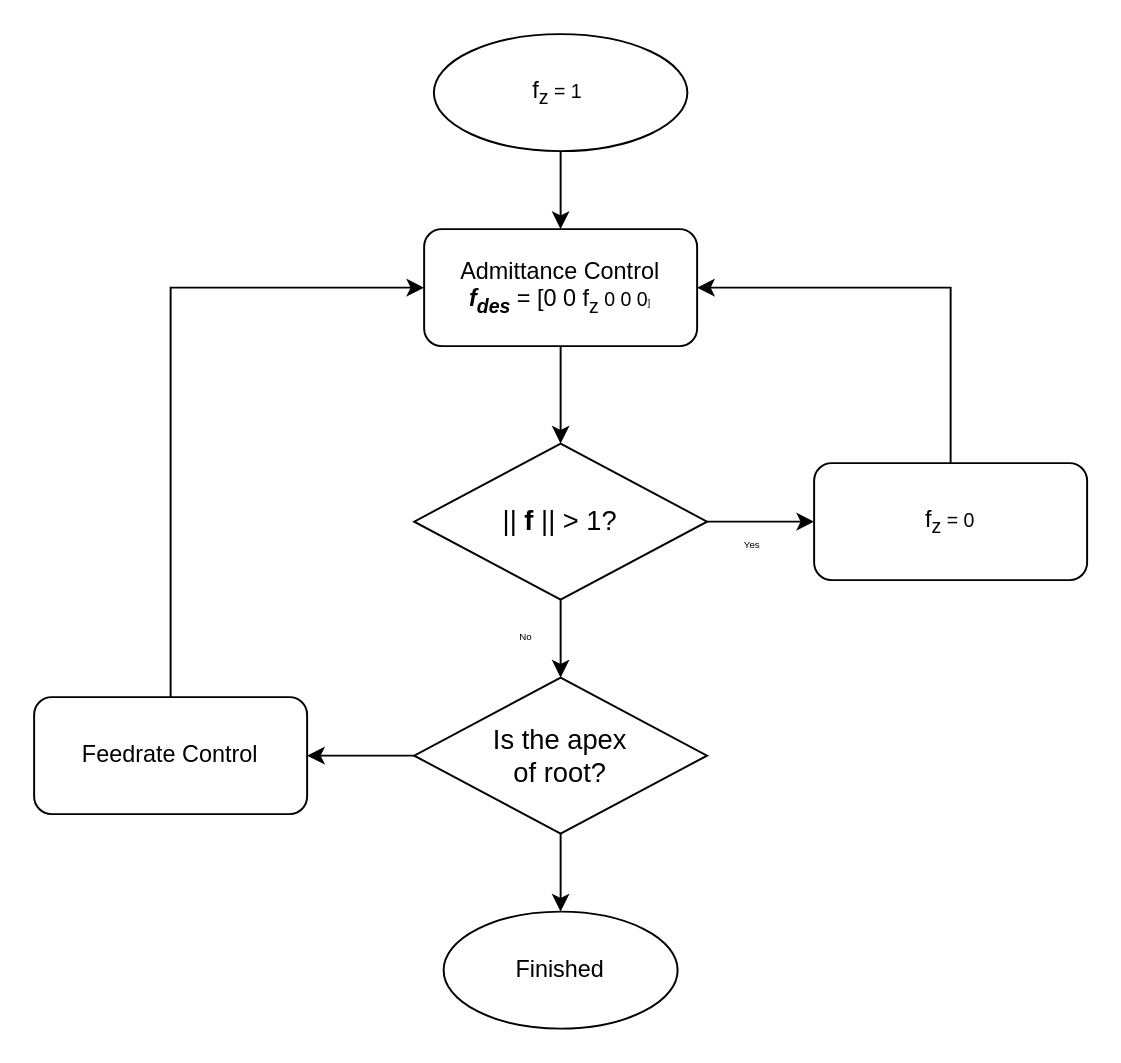
Before: 009YiChan/Chan's thesis/Images/Original/torque_control_motion_planning.drawio in yichan0428/MS_thesis, a draw.io diagram. Source tidied: cells renumbered, new cells numbered last; positions are measured from the earlier drawing's top-left corner, leaving out a move shared by most shapes. Both pictures are drawn from the tidied source at 195%, with x=0, y=0 at pixel (33, 33).
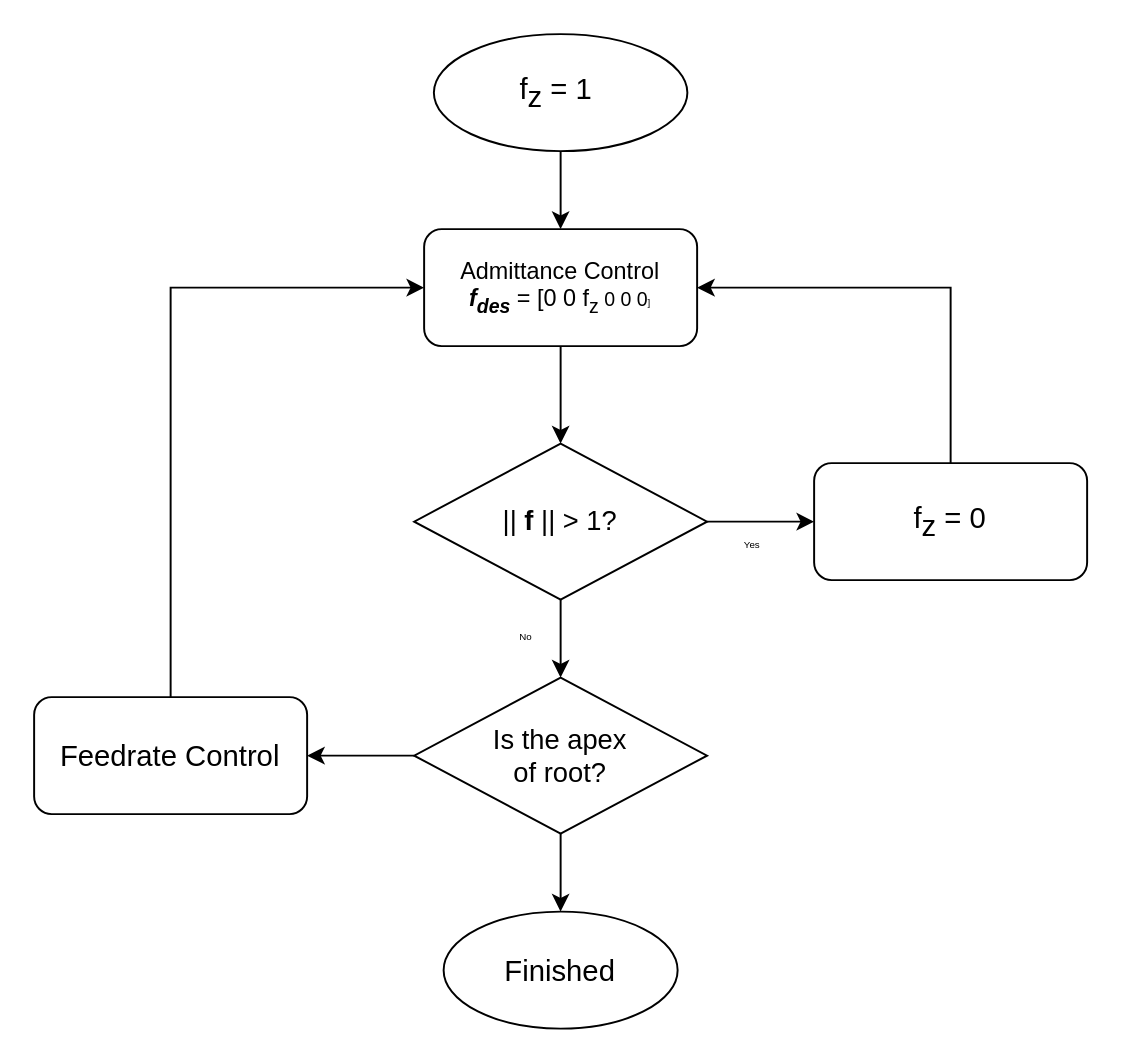
Above is the later version.

Diff of the diagram source:
```diff
@@
 <mxGraphModel>
   <root>
     <mxCell id="0" />
     <mxCell id="1" parent="0" />
     <mxCell id="2" style="edgeStyle=orthogonalEdgeStyle;rounded=0;jettySize=auto;html=1;exitX=0.5;exitY=1;exitDx=0;exitDy=0;entryX=0.5;entryY=0;entryDx=0;entryDy=0;" parent="1" edge="1" source="3" target="5">
       <mxGeometry relative="1" as="geometry" />
     </mxCell>
-    <mxCell id="3" value="&lt;span style=&quot;font-size: 12px&quot;&gt;f&lt;sub&gt;z&lt;/sub&gt;&lt;/span&gt;&lt;span style=&quot;font-size: 10px&quot;&gt;&amp;nbsp;= 1&amp;nbsp;&lt;/span&gt;" style="ellipse;whiteSpace=wrap;html=1;fontSize=5;" parent="1" vertex="1">
+    <mxCell id="3" value="&lt;span style=&quot;font-size: 15px;&quot;&gt;f&lt;sub style=&quot;font-size: 15px;&quot;&gt;z&lt;/sub&gt;&lt;/span&gt;&lt;span style=&quot;font-size: 15px;&quot;&gt;&amp;nbsp;= 1&amp;nbsp;&lt;/span&gt;" style="ellipse;whiteSpace=wrap;html=1;fontSize=15;" parent="1" vertex="1">
       <mxGeometry x="205" width="130" height="60" as="geometry" />
     </mxCell>
     <mxCell id="4" style="edgeStyle=orthogonalEdgeStyle;rounded=0;jettySize=auto;html=1;exitX=0.5;exitY=1;exitDx=0;exitDy=0;entryX=0.5;entryY=0;entryDx=0;entryDy=0;" parent="1" edge="1" source="5" target="10">
       <mxGeometry relative="1" as="geometry" />
     </mxCell>
     <mxCell id="5" value="Admittance Control&lt;br&gt;&lt;i&gt;&lt;b&gt;f&lt;sub&gt;des&lt;/sub&gt;&lt;/b&gt;&lt;/i&gt;&amp;nbsp;= [0 0 f&lt;sub&gt;z&lt;/sub&gt;&lt;span style=&quot;font-size: 10px&quot;&gt;&amp;nbsp;0 0 0&lt;/span&gt;&lt;span style=&quot;font-size: 5px&quot;&gt;]&lt;/span&gt;" style="rounded=1;whiteSpace=wrap;html=1;" parent="1" vertex="1">
       <mxGeometry x="200" y="100" width="140" height="60" as="geometry" />
     </mxCell>
     <mxCell id="6" style="edgeStyle=orthogonalEdgeStyle;rounded=0;jettySize=auto;html=1;exitX=0.5;exitY=0;exitDx=0;exitDy=0;entryX=0;entryY=0.5;entryDx=0;entryDy=0;" parent="1" edge="1" source="7" target="5">
       <mxGeometry relative="1" as="geometry" />
     </mxCell>
-    <mxCell id="7" value="Feedrate Control" style="rounded=1;whiteSpace=wrap;html=1;" parent="1" vertex="1">
+    <mxCell id="7" value="Feedrate Control" style="rounded=1;whiteSpace=wrap;html=1;fontSize=15;" parent="1" vertex="1">
       <mxGeometry y="340" width="140" height="60" as="geometry" />
     </mxCell>
     <mxCell id="8" style="edgeStyle=orthogonalEdgeStyle;rounded=0;jettySize=auto;html=1;exitX=1;exitY=0.5;exitDx=0;exitDy=0;" parent="1" edge="1" source="10" target="12">
       <mxGeometry relative="1" as="geometry" />
     </mxCell>
     <mxCell id="9" style="edgeStyle=orthogonalEdgeStyle;rounded=0;jettySize=auto;html=1;exitX=0.5;exitY=1;exitDx=0;exitDy=0;entryX=0.5;entryY=0;entryDx=0;entryDy=0;" parent="1" edge="1" source="10" target="17">
       <mxGeometry relative="1" as="geometry" />
     </mxCell>
     <mxCell id="10" value="&lt;font style=&quot;font-size: 14px&quot;&gt;||&amp;nbsp;&lt;b&gt;f&amp;nbsp;&lt;/b&gt;|| &amp;gt; 1?&lt;/font&gt;" style="rhombus;whiteSpace=wrap;html=1;" parent="1" vertex="1">
       <mxGeometry x="194.9" y="210" width="150.2" height="80" as="geometry" />
     </mxCell>
     <mxCell id="11" style="edgeStyle=orthogonalEdgeStyle;rounded=0;jettySize=auto;html=1;exitX=0.5;exitY=0;exitDx=0;exitDy=0;entryX=1;entryY=0.5;entryDx=0;entryDy=0;" parent="1" edge="1" source="12" target="5">
       <mxGeometry relative="1" as="geometry" />
     </mxCell>
-    <mxCell id="12" value="&lt;span&gt;f&lt;sub&gt;z&lt;/sub&gt;&lt;/span&gt;&lt;span style=&quot;font-size: 10px&quot;&gt;&amp;nbsp;= 0&lt;/span&gt;" style="rounded=1;whiteSpace=wrap;html=1;" parent="1" vertex="1">
+    <mxCell id="12" value="&lt;span style=&quot;font-size: 15px;&quot;&gt;f&lt;sub style=&quot;font-size: 15px;&quot;&gt;z&lt;/sub&gt;&lt;/span&gt;&lt;span style=&quot;font-size: 15px;&quot;&gt;&amp;nbsp;= 0&lt;/span&gt;" style="rounded=1;whiteSpace=wrap;html=1;fontSize=15;" parent="1" vertex="1">
       <mxGeometry x="400" y="220" width="140" height="60" as="geometry" />
     </mxCell>
     <mxCell id="13" value="Yes" style="text;html=1;align=center;verticalAlign=middle;strokeColor=none;fontSize=5;" parent="1" vertex="1">
       <mxGeometry x="348" y="256" width="40" height="10" as="geometry" />
     </mxCell>
     <mxCell id="14" value="No" style="text;html=1;align=center;verticalAlign=middle;strokeColor=none;fontSize=5;" parent="1" vertex="1">
       <mxGeometry x="237" y="303" width="30" height="10" as="geometry" />
     </mxCell>
     <mxCell id="15" style="edgeStyle=orthogonalEdgeStyle;rounded=0;jettySize=auto;html=1;exitX=0.5;exitY=1;exitDx=0;exitDy=0;" parent="1" edge="1" source="17" target="18">
       <mxGeometry relative="1" as="geometry" />
     </mxCell>
     <mxCell id="16" style="edgeStyle=orthogonalEdgeStyle;rounded=0;jettySize=auto;html=1;exitX=0;exitY=0.5;exitDx=0;exitDy=0;entryX=1;entryY=0.5;entryDx=0;entryDy=0;" parent="1" edge="1" source="17" target="7">
       <mxGeometry relative="1" as="geometry" />
     </mxCell>
     <mxCell id="17" value="&lt;span style=&quot;font-size: 14px&quot;&gt;Is the apex &lt;br&gt;of root?&lt;/span&gt;" style="rhombus;whiteSpace=wrap;html=1;" parent="1" vertex="1">
       <mxGeometry x="194.9" y="330" width="150.2" height="80" as="geometry" />
     </mxCell>
-    <mxCell id="18" value="&lt;span style=&quot;font-size: 12px&quot;&gt;Finished&lt;/span&gt;" style="ellipse;whiteSpace=wrap;html=1;fontSize=5;" parent="1" vertex="1">
+    <mxCell id="18" value="&lt;span style=&quot;font-size: 15px;&quot;&gt;Finished&lt;/span&gt;" style="ellipse;whiteSpace=wrap;html=1;fontSize=15;" parent="1" vertex="1">
       <mxGeometry x="210" y="450" width="120" height="60" as="geometry" />
     </mxCell>
   </root>
 </mxGraphModel>
```
